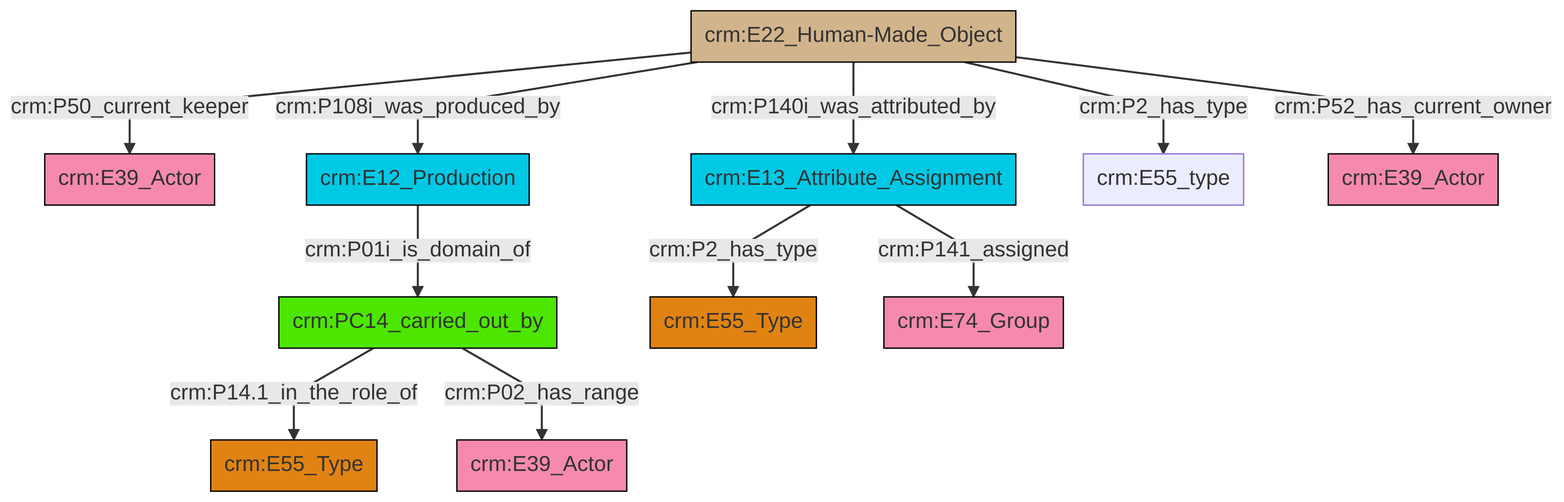
Above: et/artworkCSV/ttl/mmd/png/Artwork_Actor_Relations.png in swiss-art-research-net/reference-data-models (Mermaid), before the change. Its source is kept beside it as et/artworkCSV/ttl/mmd/Artwork_Actor_Relations.ttl.mmd.
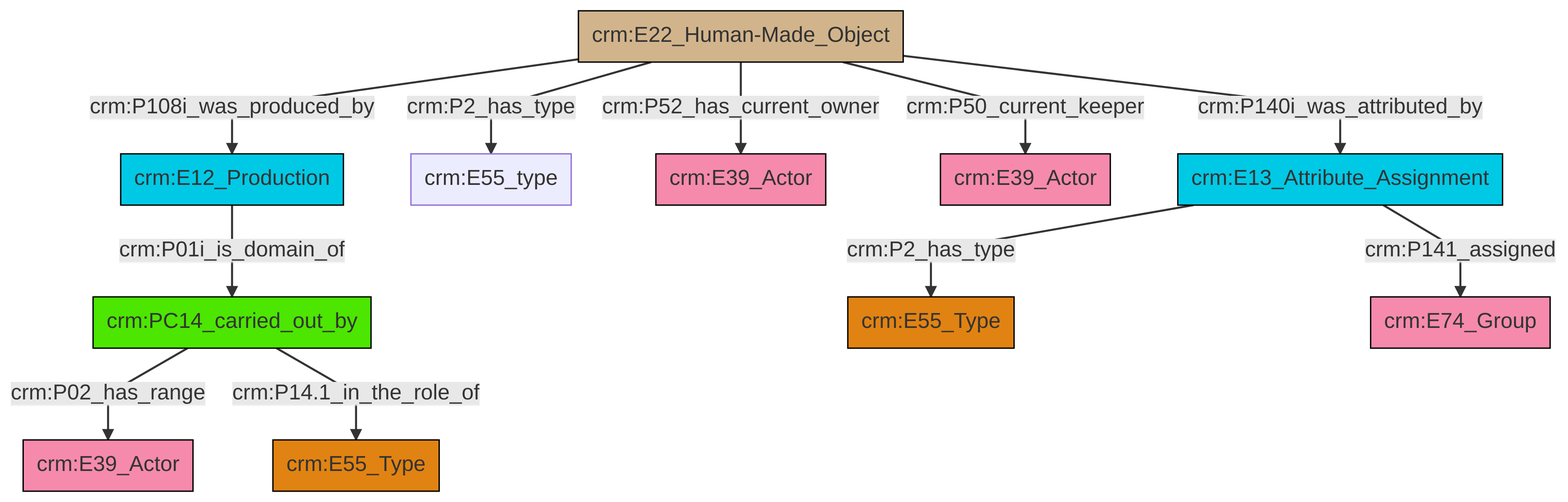
Above is the later version.

Diff of the diagram source:
```diff
@@ -13,13 +13,13 @@
 classDef PC_Classes fill:#4ce600, stroke:#000000;
 classDef Multi fill:#cccccc,stroke:#000000;
 
-0["crm:E22_Human-Made_Object"]:::Physical_Thing -->|crm:P50_current_keeper| 1["crm:E39_Actor"]:::Actor
-3["crm:E12_Production"]:::Temporal_Entity -->|crm:P01i_is_domain_of| 5["crm:PC14_carried_out_by"]:::PC_Classes
-6["crm:E13_Attribute_Assignment"]:::Temporal_Entity -->|crm:P2_has_type| 7["crm:E55_Type"]:::Type
-5["crm:PC14_carried_out_by"]:::PC_Classes -->|crm:P14.1_in_the_role_of| 9["crm:E55_Type"]:::Type
-5["crm:PC14_carried_out_by"]:::PC_Classes -->|crm:P02_has_range| 13["crm:E39_Actor"]:::Actor
-0["crm:E22_Human-Made_Object"]:::Physical_Thing -->|crm:P2_has_type| 10["crm:E55_type"]:::Default
-0["crm:E22_Human-Made_Object"]:::Physical_Thing -->|crm:P140i_was_attributed_by| 6["crm:E13_Attribute_Assignment"]:::Temporal_Entity
-6["crm:E13_Attribute_Assignment"]:::Temporal_Entity -->|crm:P141_assigned| 18["crm:E74_Group"]:::Actor
-0["crm:E22_Human-Made_Object"]:::Physical_Thing -->|crm:P52_has_current_owner| 15["crm:E39_Actor"]:::Actor
-0["crm:E22_Human-Made_Object"]:::Physical_Thing -->|crm:P108i_was_produced_by| 3["crm:E12_Production"]:::Temporal_Entity
+2["crm:E13_Attribute_Assignment"]:::Temporal_Entity -->|crm:P2_has_type| 3["crm:E55_Type"]:::Type
+4["crm:E22_Human-Made_Object"]:::Physical_Thing -->|crm:P108i_was_produced_by| 5["crm:E12_Production"]:::Temporal_Entity
+5["crm:E12_Production"]:::Temporal_Entity -->|crm:P01i_is_domain_of| 10["crm:PC14_carried_out_by"]:::PC_Classes
+4["crm:E22_Human-Made_Object"]:::Physical_Thing -->|crm:P2_has_type| 0["crm:E55_type"]:::Default
+4["crm:E22_Human-Made_Object"]:::Physical_Thing -->|crm:P52_has_current_owner| 14["crm:E39_Actor"]:::Actor
+10["crm:PC14_carried_out_by"]:::PC_Classes -->|crm:P02_has_range| 11["crm:E39_Actor"]:::Actor
+4["crm:E22_Human-Made_Object"]:::Physical_Thing -->|crm:P50_current_keeper| 17["crm:E39_Actor"]:::Actor
+4["crm:E22_Human-Made_Object"]:::Physical_Thing -->|crm:P140i_was_attributed_by| 2["crm:E13_Attribute_Assignment"]:::Temporal_Entity
+10["crm:PC14_carried_out_by"]:::PC_Classes -->|crm:P14.1_in_the_role_of| 7["crm:E55_Type"]:::Type
+2["crm:E13_Attribute_Assignment"]:::Temporal_Entity -->|crm:P141_assigned| 20["crm:E74_Group"]:::Actor
```
